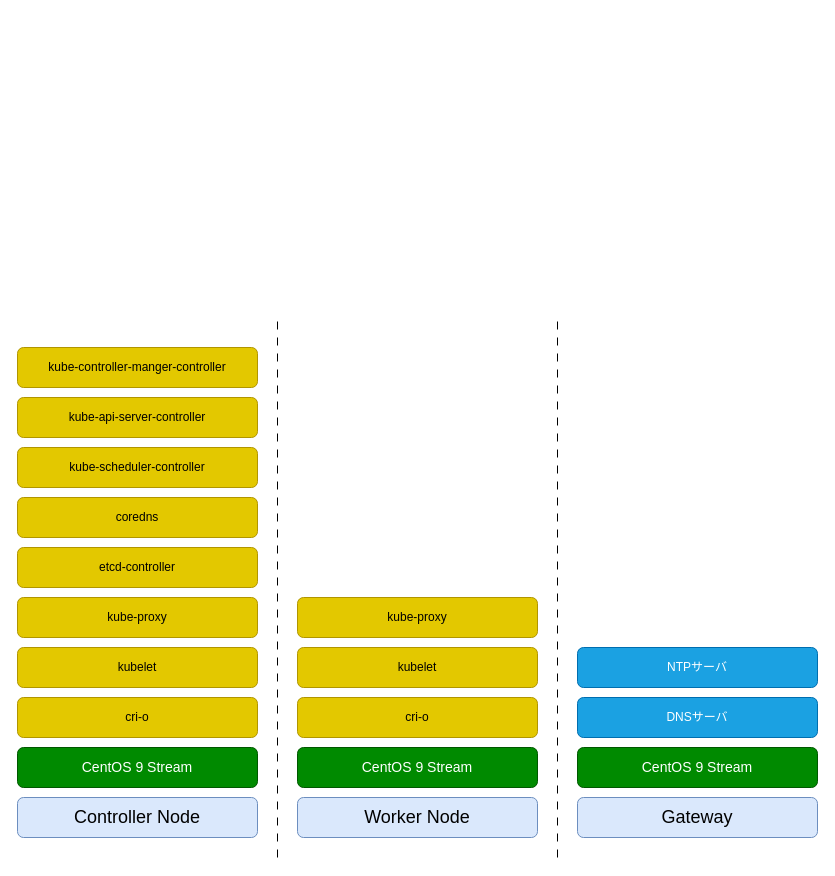
9506hqwy/k8s_study_notes keeps this draw.io diagram as _static/image/software_diagram.drawio. Above is the earlier version. Source tidied: cells renumbered, new cells numbered last; positions are measured from the earlier drawing's top-left corner, leaving out a move shared by most shapes. Both pictures are drawn from the tidied source at 100%, with x=0, y=0 at pixel (17, 317).
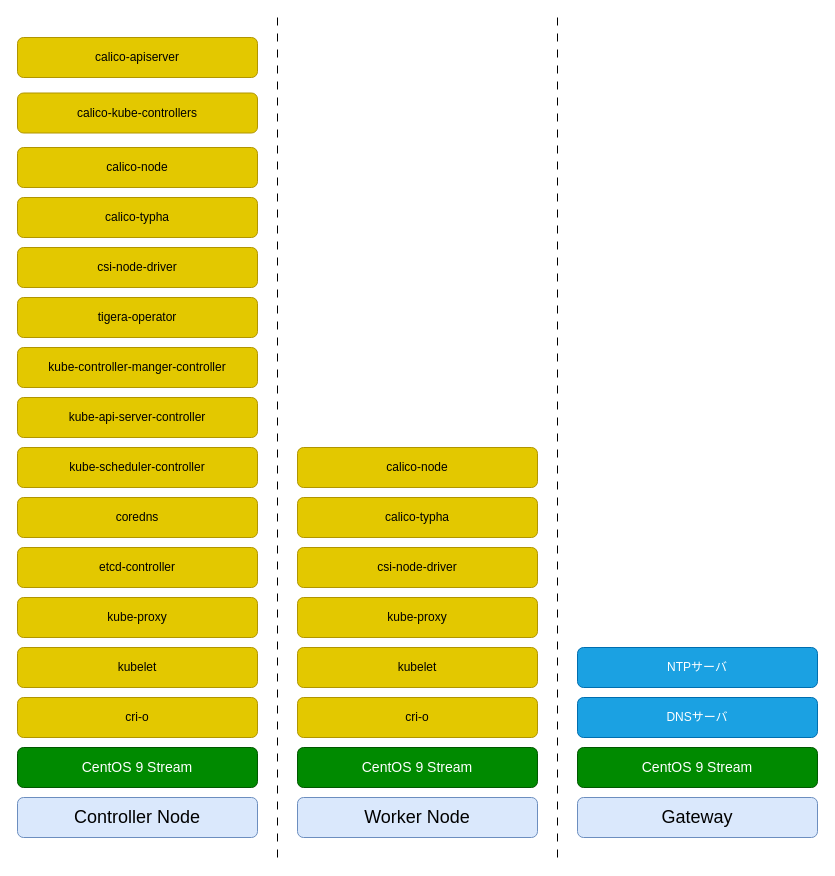
The same diagram, later.

Change to the diagram source:
```diff
@@
     <mxCell id="13" style="endArrow=none;html=1;rounded=0;dashed=1;dashPattern=8 8;" parent="1" edge="1">
       <mxGeometry relative="1" as="geometry">
         <mxPoint x="540" y="540" as="sourcePoint" />
-        <mxPoint x="540" as="targetPoint" />
+        <mxPoint x="540" y="-300" as="targetPoint" />
       </mxGeometry>
     </mxCell>
@@
     <mxCell id="17" style="endArrow=none;html=1;rounded=0;dashed=1;dashPattern=8 8;" parent="1" edge="1">
       <mxGeometry relative="1" as="geometry">
         <mxPoint x="260" y="540" as="sourcePoint" />
-        <mxPoint x="260" as="targetPoint" />
+        <mxPoint x="260" y="-300" as="targetPoint" />
       </mxGeometry>
     </mxCell>
@@
+    <mxCell id="23" value="tigera-operator" style="rounded=1;whiteSpace=wrap;html=1;fillColor=#e3c800;strokeColor=#B09500;fontColor=#000000;" parent="1" vertex="1">
+      <mxGeometry y="-20" width="240" height="40" as="geometry" />
+    </mxCell>
+    <mxCell id="24" value="csi-node-driver" style="rounded=1;whiteSpace=wrap;html=1;fillColor=#e3c800;strokeColor=#B09500;fontColor=#000000;" parent="1" vertex="1">
+      <mxGeometry y="-70" width="240" height="40" as="geometry" />
+    </mxCell>
+    <mxCell id="25" value="csi-node-driver" style="rounded=1;whiteSpace=wrap;html=1;fillColor=#e3c800;strokeColor=#B09500;fontColor=#000000;" parent="1" vertex="1">
+      <mxGeometry x="280" y="230" width="240" height="40" as="geometry" />
+    </mxCell>
+    <mxCell id="26" value="calico-typha" style="rounded=1;whiteSpace=wrap;html=1;fillColor=#e3c800;strokeColor=#B09500;fontColor=#000000;" parent="1" vertex="1">
+      <mxGeometry y="-120" width="240" height="40" as="geometry" />
+    </mxCell>
+    <mxCell id="27" value="calico-typha" style="rounded=1;whiteSpace=wrap;html=1;fillColor=#e3c800;strokeColor=#B09500;fontColor=#000000;" parent="1" vertex="1">
+      <mxGeometry x="280" y="180" width="240" height="40" as="geometry" />
+    </mxCell>
+    <mxCell id="28" value="calico-node" style="rounded=1;whiteSpace=wrap;html=1;fillColor=#e3c800;strokeColor=#B09500;fontColor=#000000;" parent="1" vertex="1">
+      <mxGeometry y="-170" width="240" height="40" as="geometry" />
+    </mxCell>
+    <mxCell id="29" value="calico-node" style="rounded=1;whiteSpace=wrap;html=1;fillColor=#e3c800;strokeColor=#B09500;fontColor=#000000;" parent="1" vertex="1">
+      <mxGeometry x="280" y="130" width="240" height="40" as="geometry" />
+    </mxCell>
+    <mxCell id="30" value="calico-kube-controllers" style="rounded=1;whiteSpace=wrap;html=1;fillColor=#e3c800;strokeColor=#B09500;fontColor=#000000;" parent="1" vertex="1">
+      <mxGeometry y="-224.5" width="240" height="40" as="geometry" />
+    </mxCell>
+    <mxCell id="31" value="calico-apiserver" style="rounded=1;whiteSpace=wrap;html=1;fillColor=#e3c800;strokeColor=#B09500;fontColor=#000000;" parent="1" vertex="1">
+      <mxGeometry y="-280" width="240" height="40" as="geometry" />
+    </mxCell>
```
